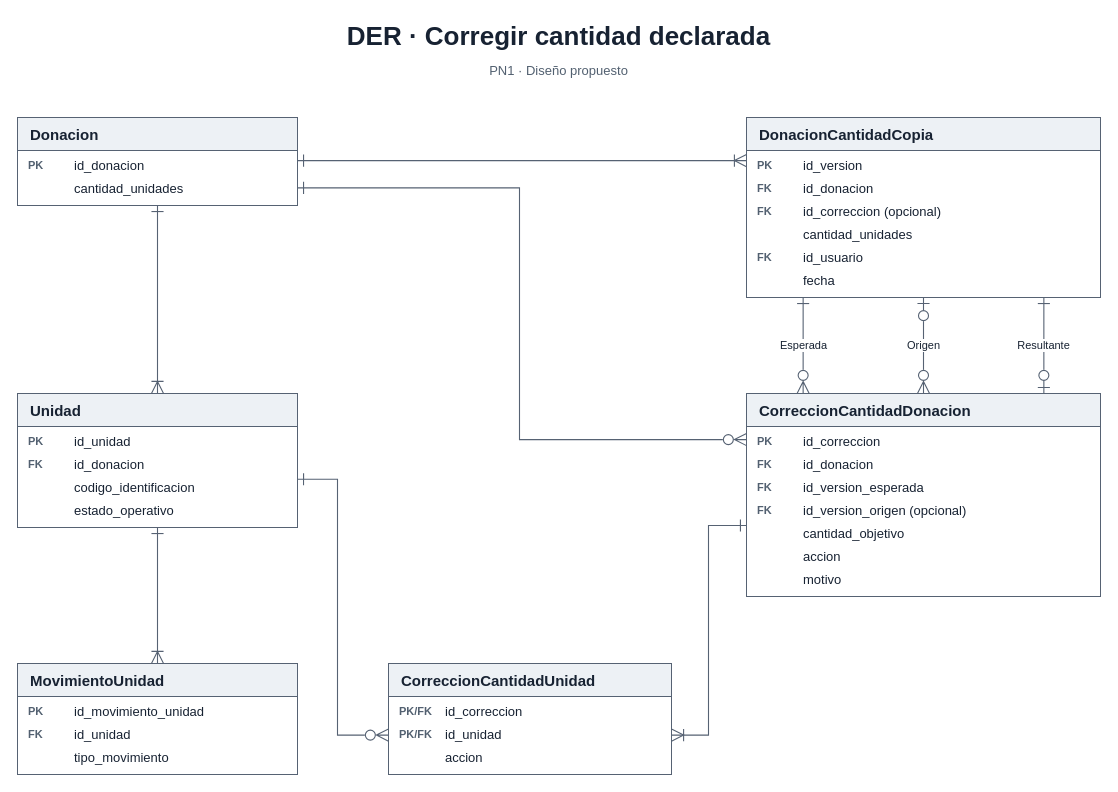
juanNH/Ingenieria-de-Software keeps this draw.io diagram as Diagramas/Bitacora de cantidad de donacion/T06b - Correccion de cantidad de donacion - DER.drawio. Above is the earlier version. Source tidied: cells renumbered, new cells numbered last; positions are measured from the earlier drawing's top-left corner, leaving out a move shared by most shapes. Both pictures are drawn from the tidied source at 100%, with x=0, y=0 at pixel (17, 17).
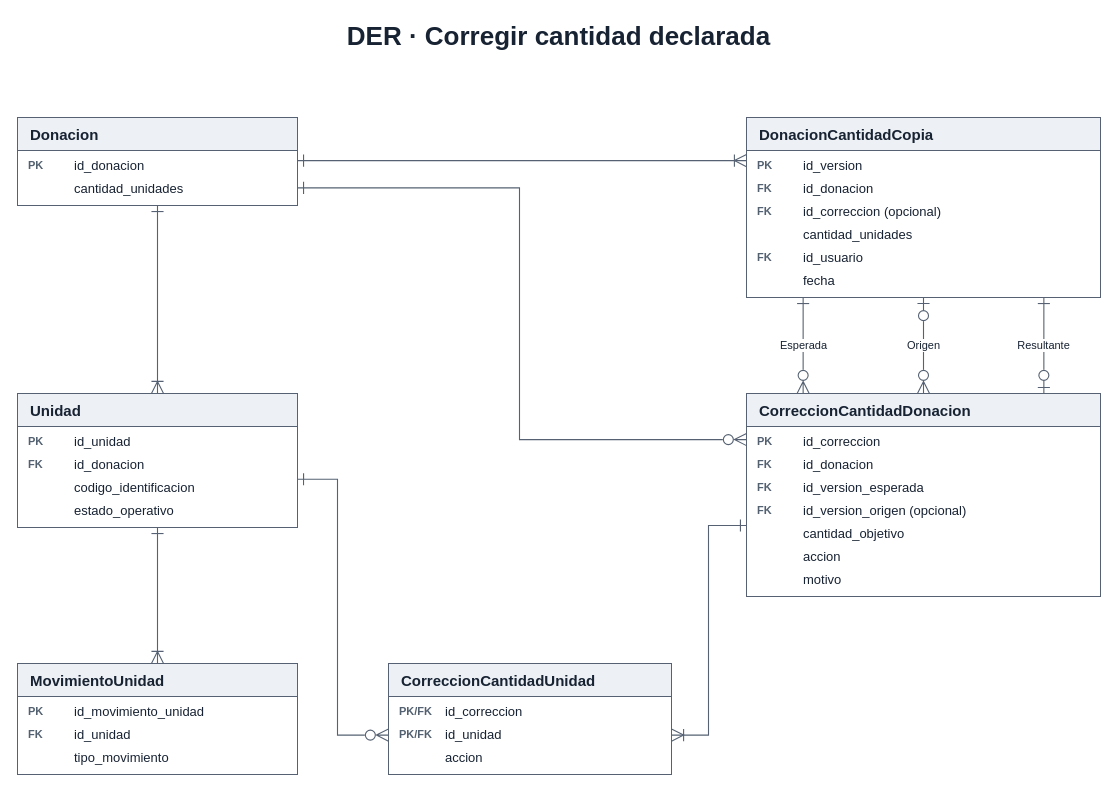
The same diagram, later.

Diff of the diagram source:
```diff
@@
-    <mxCell id="3" value="PN1 · Diseño propuesto" style="text;html=1;whiteSpace=wrap;spacing=0;verticalAlign=middle;fontFamily=Arial;fontColor=#172232;fontSize=13;fontColor=#526070;align=center;" parent="1" vertex="1">
-      <mxGeometry y="42" width="1083" height="22" as="geometry" />
-    </mxCell>
```
